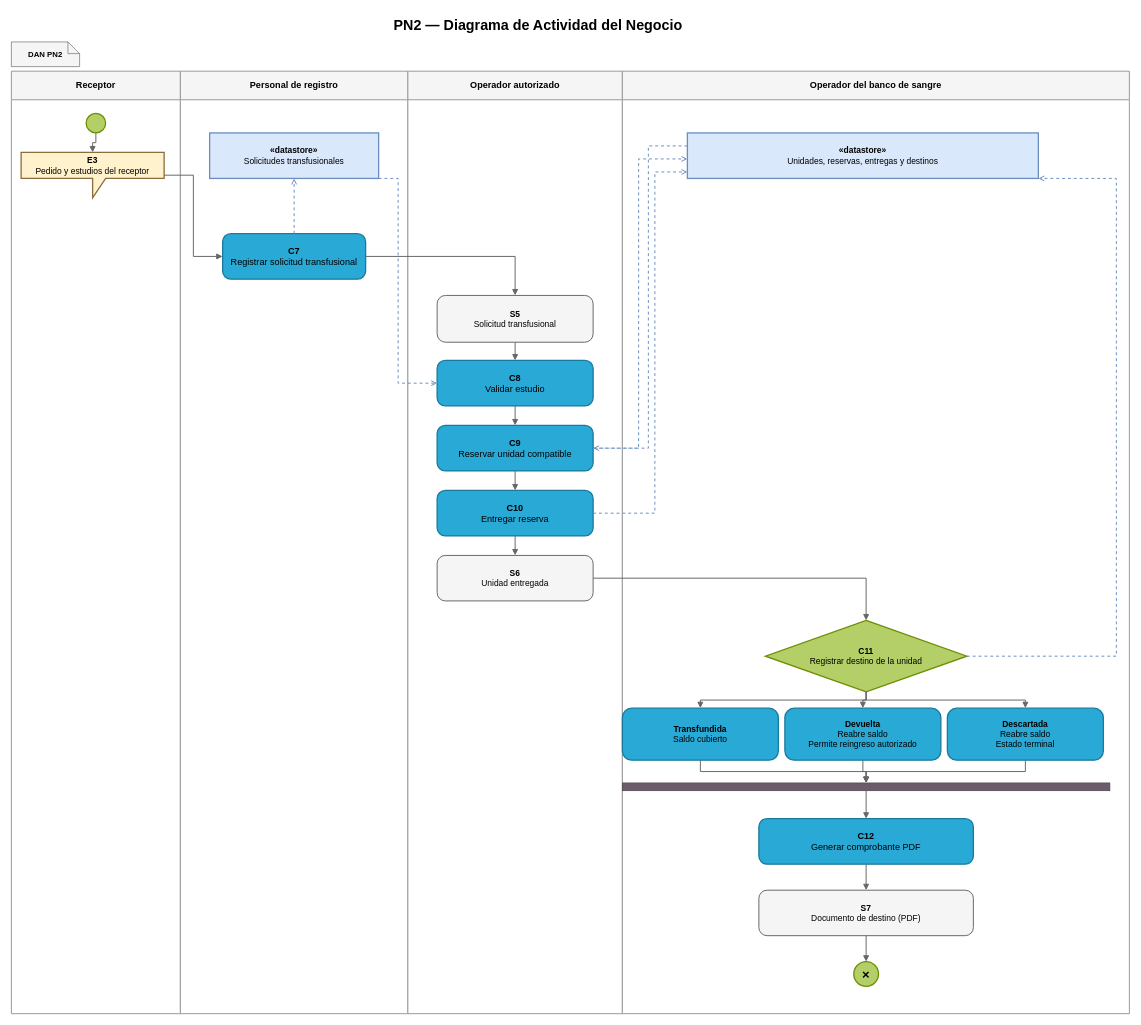
juanNH/Ingenieria-de-Software keeps this draw.io diagram as Diagramas/Secuencia de Roles/PN2_DiagramaActividadNegocio.drawio. Above is the earlier version. Source tidied: cells renumbered, new cells numbered last; positions are measured from the earlier drawing's top-left corner, leaving out a move shared by most shapes. Both pictures are drawn from the tidied source at 65%, with x=0, y=0 at pixel (11, 11).
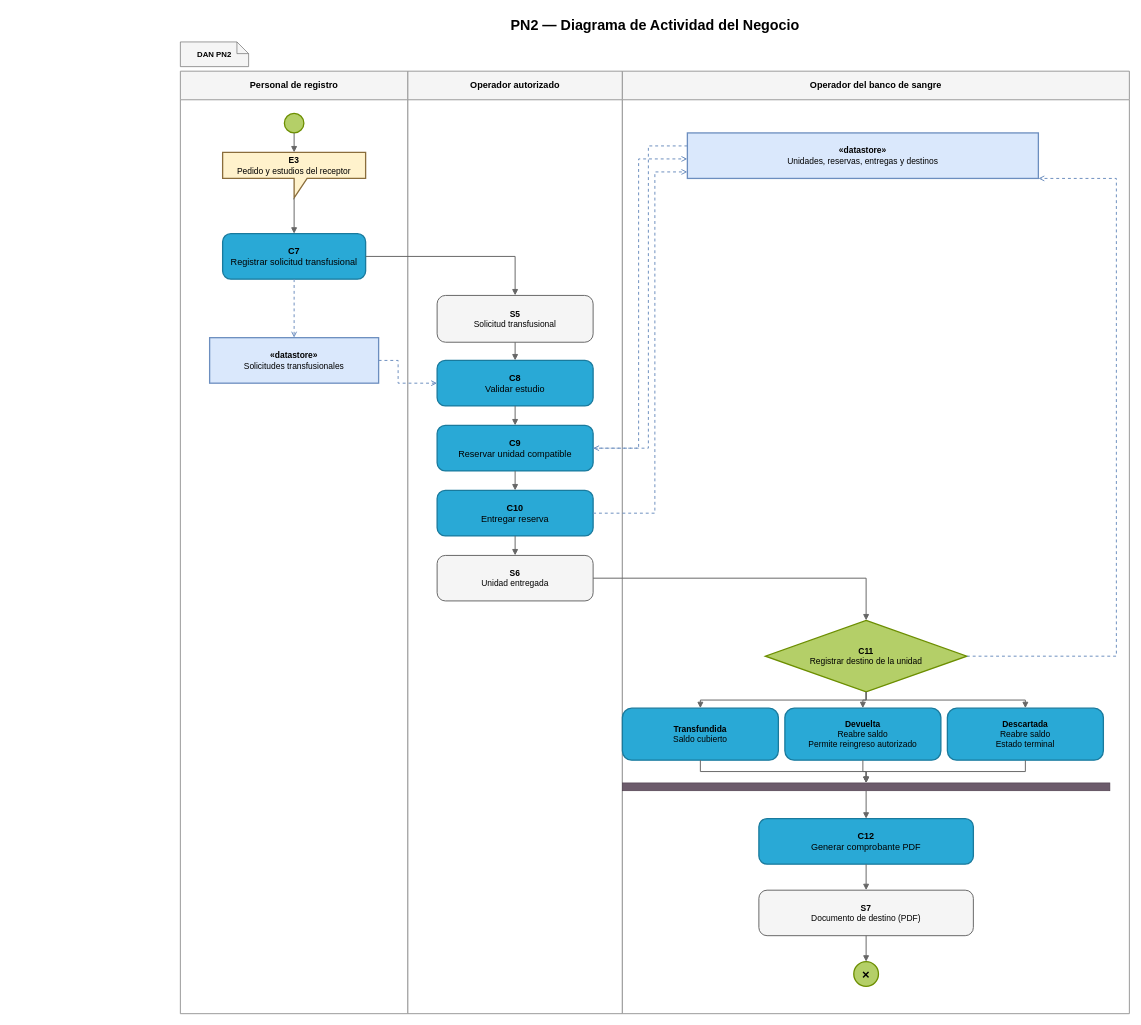
The same page after the edit.

Unchanged cells that the change refers to:
```xml
<mxCell id="10" value="&lt;b&gt;C7&lt;/b&gt;&lt;br&gt;Registrar solicitud transfusional" style="rounded=1;whiteSpace=wrap;html=1;arcSize=18;fillColor=#29a9d6;strokeColor=#197a9d;strokeWidth=2;fontSize=14;fontFamily=Arial;align=center;verticalAlign=middle;" parent="1" vertex="1">
  <mxGeometry x="325" y="342" width="220" height="70" as="geometry" />
</mxCell>
<mxCell id="12" value="&lt;b&gt;C8&lt;/b&gt;&lt;br&gt;Validar estudio" style="rounded=1;whiteSpace=wrap;html=1;arcSize=18;fillColor=#29a9d6;strokeColor=#197a9d;strokeWidth=2;fontSize=14;fontFamily=Arial;align=center;verticalAlign=middle;" parent="1" vertex="1">
  <mxGeometry x="655" y="537" width="240" height="70" as="geometry" />
</mxCell>
```

What changed in the source:
```diff
@@
     <mxCell id="2" value="PN2 — Diagrama de Actividad del Negocio" style="text;html=1;strokeColor=none;fillColor=none;fontStyle=1;fontSize=22;align=center;verticalAlign=middle;fontFamily=Arial;" parent="1" vertex="1">
-      <mxGeometry x="220" width="1180" height="44" as="geometry" />
+      <mxGeometry x="400" width="1180" height="44" as="geometry" />
     </mxCell>
     <mxCell id="3" value="DAN PN2" style="shape=note;whiteSpace=wrap;html=1;size=18;fillColor=#f5f5f5;strokeColor=#666666;fontStyle=1;fontSize=12;fontFamily=Arial;align=center;verticalAlign=middle;" parent="1" vertex="1">
-      <mxGeometry y="47" width="105" height="38" as="geometry" />
+      <mxGeometry x="260" y="47" width="105" height="38" as="geometry" />
     </mxCell>
-    <mxCell id="4" value="&lt;b&gt;Receptor&lt;/b&gt;" style="swimlane;horizontal=1;startSize=44;whiteSpace=wrap;html=1;rounded=0;fillColor=#f5f5f5;swimlaneFillColor=#ffffff;strokeColor=#999999;strokeWidth=1.5;fontSize=14;fontFamily=Arial;align=center;verticalAlign=middle;" parent="1" vertex="1">
-      <mxGeometry y="92" width="260" height="1450" as="geometry" />
-    </mxCell>
@@
     <mxCell id="8" style="ellipse;whiteSpace=wrap;html=1;fillColor=#b4cf68;strokeColor=#6c8e00;strokeWidth=2;fontStyle=1;fontSize=20;fontFamily=Arial;align=center;verticalAlign=middle;" parent="1" vertex="1">
-      <mxGeometry x="115" y="157" width="30" height="30" as="geometry" />
+      <mxGeometry x="420" y="157" width="30" height="30" as="geometry" />
     </mxCell>
     <mxCell id="9" value="&lt;b&gt;E3&lt;/b&gt;&lt;br&gt;Pedido y estudios del receptor" style="shape=callout;whiteSpace=wrap;html=1;perimeter=rectanglePerimeter;fillColor=#fff2cc;strokeColor=#8a6d3b;strokeWidth=2;fontSize=13;fontFamily=Arial;align=center;verticalAlign=middle;" parent="1" vertex="1">
-      <mxGeometry x="15" y="217" width="220" height="70" as="geometry" />
+      <mxGeometry x="325" y="217" width="220" height="70" as="geometry" />
     </mxCell>
@@
-    <mxCell id="21" style="edgeStyle=orthogonalEdgeStyle;rounded=0;html=1;endArrow=block;endFill=1;strokeColor=#666666;strokeWidth=1.5;fontSize=11;fontFamily=Arial;labelBackgroundColor=#ffffff;exitX=1;exitY=0.5;exitDx=0;exitDy=0;entryX=0;entryY=0.5;entryDx=0;entryDy=0;" parent="1" edge="1" source="9" target="10">
-      <mxGeometry relative="1" as="geometry">
-        <Array as="points">
-          <mxPoint x="280" y="252" />
-          <mxPoint x="280" y="377" />
-        </Array>
-      </mxGeometry>
+    <mxCell id="21" style="edgeStyle=orthogonalEdgeStyle;rounded=0;html=1;endArrow=block;endFill=1;strokeColor=#666666;strokeWidth=1.5;fontSize=11;fontFamily=Arial;labelBackgroundColor=#ffffff;exitX=0.5;exitY=1;exitDx=0;exitDy=0;entryX=0.5;entryY=0;entryDx=0;entryDy=0;" parent="1" edge="1" source="9" target="10">
+      <mxGeometry relative="1" as="geometry" />
     </mxCell>
@@
     <mxCell id="34" value="&lt;b&gt;«datastore»&lt;/b&gt;&lt;br&gt;Solicitudes transfusionales" style="rounded=0;whiteSpace=wrap;html=1;fillColor=#dae8fc;strokeColor=#6c8ebf;strokeWidth=2;fontSize=13;fontFamily=Arial;align=center;verticalAlign=middle;" parent="1" vertex="1">
-      <mxGeometry x="305" y="187" width="260" height="70" as="geometry" />
+      <mxGeometry x="305" y="502" width="260" height="70" as="geometry" />
     </mxCell>
@@
-    <mxCell id="43" style="edgeStyle=orthogonalEdgeStyle;rounded=0;html=1;dashed=1;endArrow=open;endFill=0;strokeColor=#6c8ebf;strokeWidth=1.5;exitX=0.5;exitY=0;exitDx=0;exitDy=0;entryX=0.5;entryY=1;entryDx=0;entryDy=0;" parent="1" edge="1" source="10" target="34">
+    <mxCell id="43" style="edgeStyle=orthogonalEdgeStyle;rounded=0;html=1;dashed=1;endArrow=open;endFill=0;strokeColor=#6c8ebf;strokeWidth=1.5;exitX=0.5;exitY=1;exitDx=0;exitDy=0;entryX=0.5;entryY=0;entryDx=0;entryDy=0;" parent="1" edge="1" source="10" target="34">
       <mxGeometry relative="1" as="geometry" />
     </mxCell>
-    <mxCell id="44" style="edgeStyle=orthogonalEdgeStyle;rounded=0;html=1;dashed=1;endArrow=open;endFill=0;strokeColor=#6c8ebf;strokeWidth=1.5;exitX=1;exitY=1;exitDx=0;exitDy=0;entryX=0;entryY=0.5;entryDx=0;entryDy=0;" parent="1" edge="1" source="34" target="12">
+    <mxCell id="44" style="edgeStyle=orthogonalEdgeStyle;rounded=0;html=1;dashed=1;endArrow=open;endFill=0;strokeColor=#6c8ebf;strokeWidth=1.5;exitX=1;exitY=0.5;exitDx=0;exitDy=0;entryX=0;entryY=0.5;entryDx=0;entryDy=0;" parent="1" edge="1" source="34" target="12">
       <mxGeometry relative="1" as="geometry">
         <Array as="points">
-          <mxPoint x="595" y="257" />
+          <mxPoint x="595" y="537" />
           <mxPoint x="595" y="572" />
         </Array>
       </mxGeometry>
     </mxCell>
```
